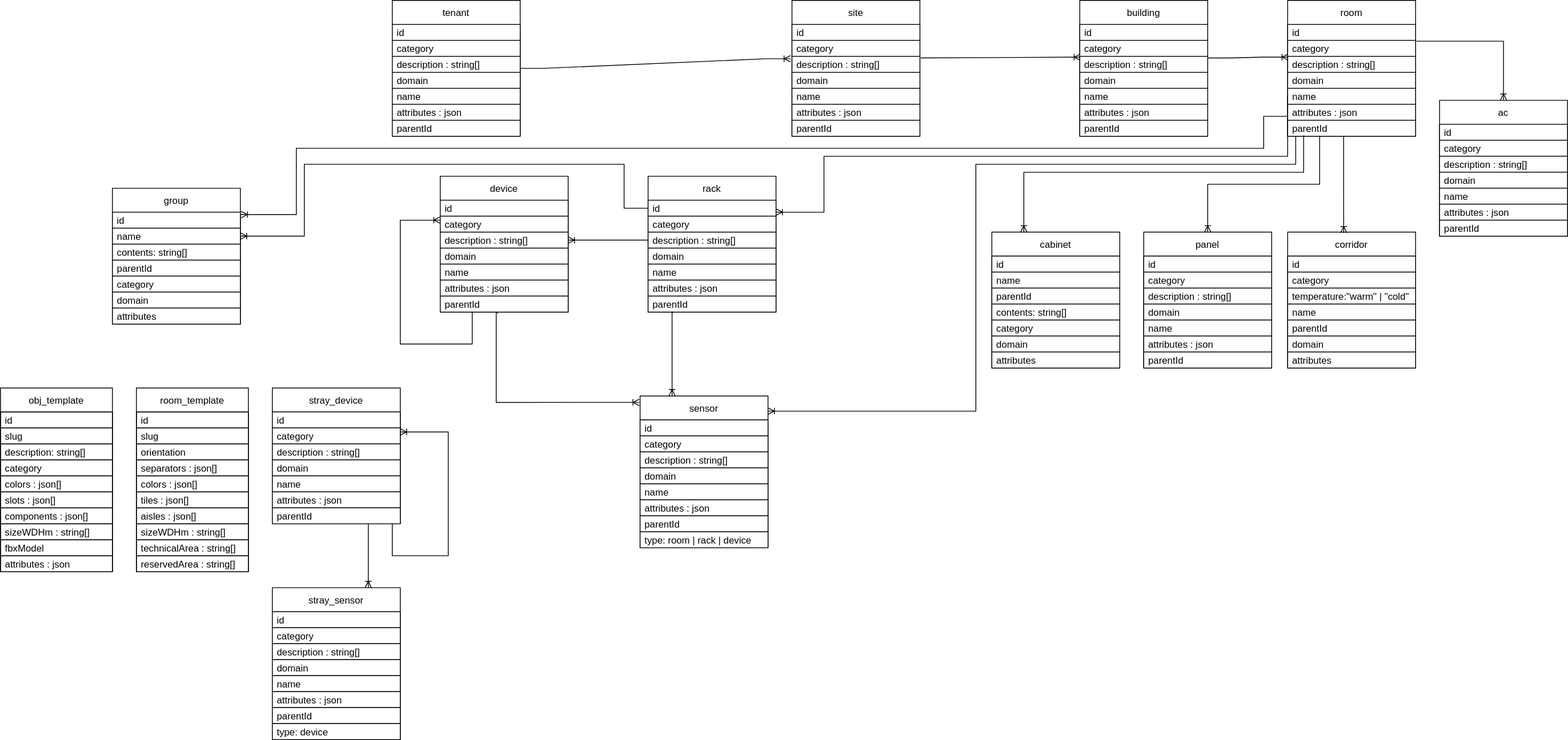
The draw.io diagram resources/diagrams/DB_Diagram.svg in ditrit/OGrEE-Core, before a commit. Source tidied: cells renumbered, new cells last; positions are measured from the earlier drawing's top-left corner, leaving out a move shared by most shapes.
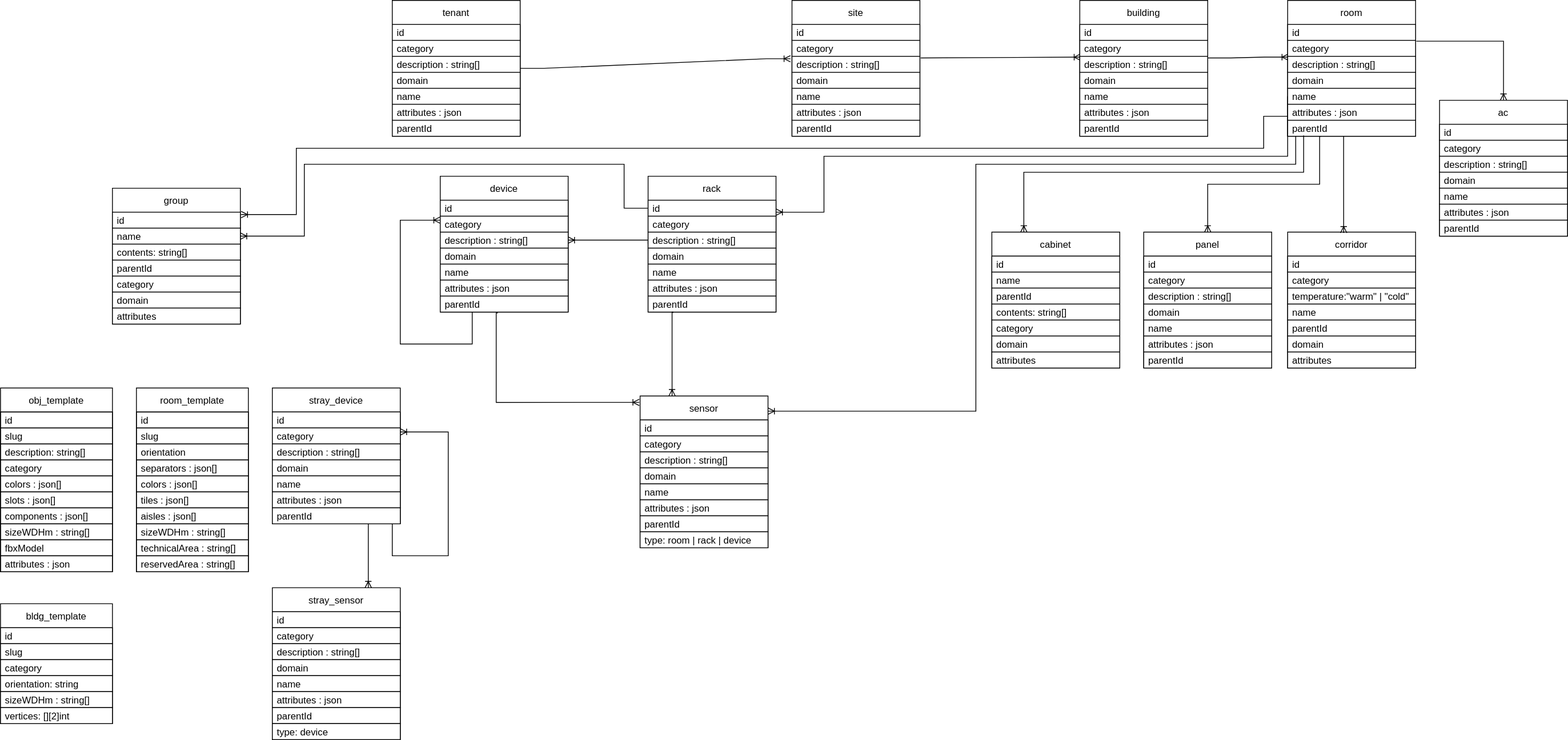
Above is the later version.

Commit message:
Added bldg-templates as a template object. Modified room-template orientation to allow for numerical values

Change to the diagram source:
```diff
@@ -573,5 +573,26 @@
         </Array>
       </mxGeometry>
     </mxCell>
+    <mxCell id="165" value="bldg_template" style="swimlane;fontStyle=0;horizontal=1;startSize=30;fillColor=default;strokeColor=default;fontColor=default;" parent="1" vertex="1">
+      <mxGeometry y="755" width="140" height="150" as="geometry" />
+    </mxCell>
+    <mxCell id="166" value="id" style="text;strokeColor=default;fillColor=default;align=left;verticalAlign=middle;spacingLeft=4;spacingRight=4;overflow=hidden;fontColor=default;" parent="165" vertex="1">
+      <mxGeometry y="30" width="140" height="20" as="geometry" />
+    </mxCell>
+    <mxCell id="167" value="slug" style="text;strokeColor=default;fillColor=default;align=left;verticalAlign=middle;spacingLeft=4;spacingRight=4;overflow=hidden;fontColor=default;" parent="165" vertex="1">
+      <mxGeometry y="50" width="140" height="20" as="geometry" />
+    </mxCell>
+    <mxCell id="168" value="category" style="text;strokeColor=default;fillColor=default;align=left;verticalAlign=middle;spacingLeft=4;spacingRight=4;overflow=hidden;fontColor=default;" parent="165" vertex="1">
+      <mxGeometry y="70" width="140" height="20" as="geometry" />
+    </mxCell>
+    <mxCell id="169" value="orientation: string" style="text;strokeColor=default;fillColor=default;align=left;verticalAlign=middle;spacingLeft=4;spacingRight=4;overflow=hidden;fontColor=default;" parent="165" vertex="1">
+      <mxGeometry y="90" width="140" height="20" as="geometry" />
+    </mxCell>
+    <mxCell id="170" value="sizeWDHm : string[]" style="text;strokeColor=default;fillColor=default;align=left;verticalAlign=middle;spacingLeft=4;spacingRight=4;overflow=hidden;fontColor=default;" parent="165" vertex="1">
+      <mxGeometry y="110" width="140" height="20" as="geometry" />
+    </mxCell>
+    <mxCell id="171" value="vertices: [][2]int" style="text;strokeColor=default;fillColor=default;align=left;verticalAlign=middle;spacingLeft=4;spacingRight=4;overflow=hidden;fontColor=default;" parent="165" vertex="1">
+      <mxGeometry y="130" width="140" height="20" as="geometry" />
+    </mxCell>
   </root>
 </mxGraphModel>
```
